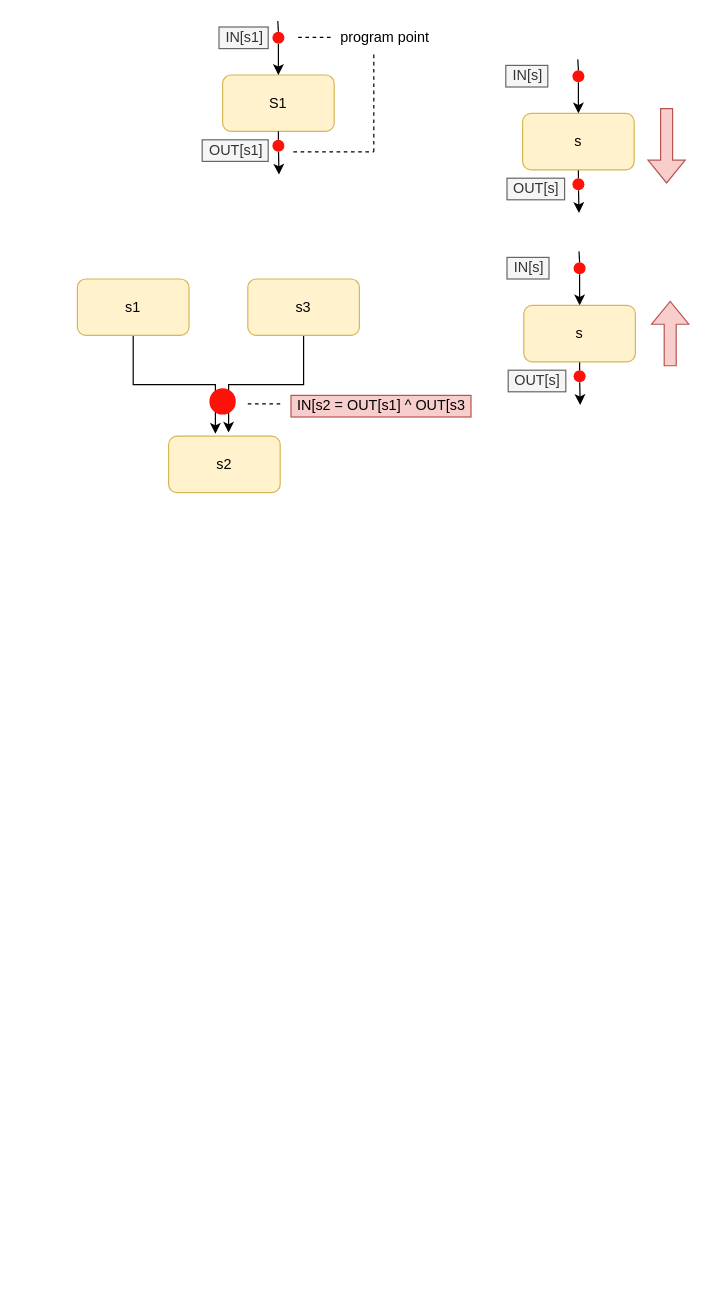
This is course/static-program-analysis/static-program-analysis-03-data-flow-analysis-1/未命名绘图.drawio from K1ose/K1ose.github.io, a draw.io file, before an edit. Source tidied: cells renumbered, new cells numbered last; positions are measured from the earlier drawing's top-left corner, leaving out a move shared by most shapes. Both pictures are drawn from the tidied source at 120%, with x=0, y=0 at pixel (77, 20).
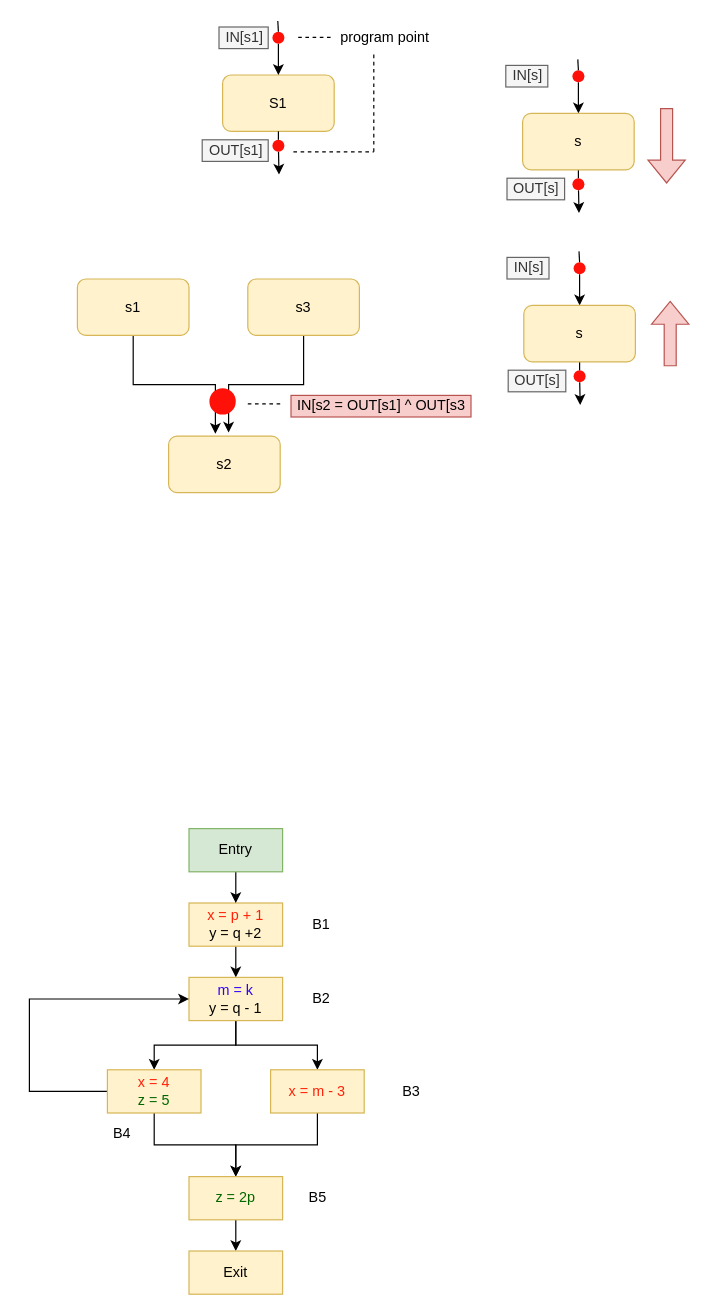
The same page after the edit.

What changed in the source:
```diff
@@
+    <mxCell id="43" style="edgeStyle=orthogonalEdgeStyle;rounded=0;jettySize=auto;html=1;entryX=0.5;entryY=0;entryDx=0;entryDy=0;fontColor=#006600;" parent="1" edge="1" source="44" target="47">
+      <mxGeometry relative="1" as="geometry" />
+    </mxCell>
+    <mxCell id="44" value="&lt;font color=&quot;#ff2008&quot;&gt;x = p + 1&lt;br&gt;&lt;/font&gt;y = q +2" style="rounded=0;whiteSpace=wrap;html=1;fillColor=#fff2cc;strokeColor=#d6b656;" parent="1" vertex="1">
+      <mxGeometry x="93" y="735" width="78" height="36" as="geometry" />
+    </mxCell>
+    <mxCell id="45" style="edgeStyle=orthogonalEdgeStyle;rounded=0;jettySize=auto;html=1;entryX=0.5;entryY=0;entryDx=0;entryDy=0;fontColor=#006600;" parent="1" edge="1" source="47" target="51">
+      <mxGeometry relative="1" as="geometry" />
+    </mxCell>
+    <mxCell id="46" style="edgeStyle=orthogonalEdgeStyle;rounded=0;jettySize=auto;html=1;entryX=0.5;entryY=0;entryDx=0;entryDy=0;fontColor=#006600;" parent="1" edge="1" source="47" target="55">
+      <mxGeometry relative="1" as="geometry" />
+    </mxCell>
+    <mxCell id="47" value="&lt;font color=&quot;#2d03ff&quot;&gt;m = k&lt;br&gt;&lt;/font&gt;y = q - 1" style="rounded=0;whiteSpace=wrap;html=1;fillColor=#fff2cc;strokeColor=#d6b656;" parent="1" vertex="1">
+      <mxGeometry x="93" y="797" width="78" height="36" as="geometry" />
+    </mxCell>
+    <mxCell id="48" value="B1" style="text;html=1;align=center;verticalAlign=middle;strokeColor=none;fillColor=none;" parent="1" vertex="1">
+      <mxGeometry x="191" y="744" width="24" height="18" as="geometry" />
+    </mxCell>
+    <mxCell id="49" style="edgeStyle=orthogonalEdgeStyle;rounded=0;jettySize=auto;html=1;fontColor=#006600;" parent="1" edge="1" source="51" target="57">
+      <mxGeometry relative="1" as="geometry" />
+    </mxCell>
+    <mxCell id="50" style="edgeStyle=orthogonalEdgeStyle;rounded=0;jettySize=auto;html=1;entryX=0;entryY=0.5;entryDx=0;entryDy=0;exitX=0;exitY=0.5;exitDx=0;exitDy=0;" parent="1" edge="1" source="51" target="47">
+      <mxGeometry relative="1" as="geometry">
+        <Array as="points">
+          <mxPoint x="-40" y="892" />
+          <mxPoint x="-40" y="815" />
+        </Array>
+      </mxGeometry>
+    </mxCell>
+    <mxCell id="51" value="&lt;font color=&quot;#ff2008&quot;&gt;x = 4&lt;br&gt;&lt;/font&gt;&lt;font color=&quot;#006600&quot;&gt;z = 5&lt;/font&gt;" style="rounded=0;whiteSpace=wrap;html=1;fillColor=#fff2cc;strokeColor=#d6b656;" parent="1" vertex="1">
+      <mxGeometry x="25" y="874" width="78" height="36" as="geometry" />
+    </mxCell>
+    <mxCell id="52" style="edgeStyle=orthogonalEdgeStyle;rounded=0;jettySize=auto;html=1;entryX=0.5;entryY=0;entryDx=0;entryDy=0;fontColor=#006600;" parent="1" edge="1" source="53" target="44">
+      <mxGeometry relative="1" as="geometry" />
+    </mxCell>
+    <mxCell id="53" value="Entry" style="rounded=0;whiteSpace=wrap;html=1;fillColor=#d5e8d4;strokeColor=#82b366;" parent="1" vertex="1">
+      <mxGeometry x="93" y="673" width="78" height="36" as="geometry" />
+    </mxCell>
+    <mxCell id="54" style="edgeStyle=orthogonalEdgeStyle;rounded=0;jettySize=auto;html=1;entryX=0.5;entryY=0;entryDx=0;entryDy=0;fontColor=#006600;" parent="1" edge="1" source="55" target="57">
+      <mxGeometry relative="1" as="geometry" />
+    </mxCell>
+    <mxCell id="55" value="&lt;font color=&quot;#ff2008&quot;&gt;x = m - 3&lt;/font&gt;" style="rounded=0;whiteSpace=wrap;html=1;fillColor=#fff2cc;strokeColor=#d6b656;" parent="1" vertex="1">
+      <mxGeometry x="161" y="874" width="78" height="36" as="geometry" />
+    </mxCell>
+    <mxCell id="56" style="edgeStyle=orthogonalEdgeStyle;rounded=0;jettySize=auto;html=1;entryX=0.5;entryY=0;entryDx=0;entryDy=0;fontColor=#006600;" parent="1" edge="1" source="57" target="58">
+      <mxGeometry relative="1" as="geometry" />
+    </mxCell>
+    <mxCell id="57" value="&lt;font color=&quot;#006600&quot;&gt;z = 2p&lt;/font&gt;" style="rounded=0;whiteSpace=wrap;html=1;fillColor=#fff2cc;strokeColor=#d6b656;" parent="1" vertex="1">
+      <mxGeometry x="93" y="963" width="78" height="36" as="geometry" />
+    </mxCell>
+    <mxCell id="58" value="Exit" style="rounded=0;whiteSpace=wrap;html=1;fillColor=#fff2cc;strokeColor=#d6b656;" parent="1" vertex="1">
+      <mxGeometry x="93" y="1025" width="78" height="36" as="geometry" />
+    </mxCell>
+    <mxCell id="59" value="B2" style="text;html=1;align=center;verticalAlign=middle;strokeColor=none;fillColor=none;" parent="1" vertex="1">
+      <mxGeometry x="191" y="806" width="24" height="18" as="geometry" />
+    </mxCell>
+    <mxCell id="60" value="B4" style="text;html=1;align=center;verticalAlign=middle;strokeColor=none;fillColor=none;" parent="1" vertex="1">
+      <mxGeometry x="25" y="918" width="24" height="18" as="geometry" />
+    </mxCell>
+    <mxCell id="61" value="B5" style="text;html=1;align=center;verticalAlign=middle;strokeColor=none;fillColor=none;" parent="1" vertex="1">
+      <mxGeometry x="188" y="972" width="24" height="18" as="geometry" />
+    </mxCell>
+    <mxCell id="62" value="B3" style="text;html=1;align=center;verticalAlign=middle;strokeColor=none;fillColor=none;" parent="1" vertex="1">
+      <mxGeometry x="266" y="883" width="24" height="18" as="geometry" />
+    </mxCell>
```
